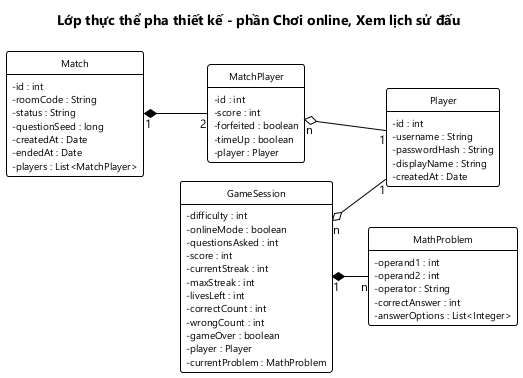
This is docs/hung/lop-thuc-the-hung.png from HungNguyenBa1811/math-dash, a PlantUML export, as it was before one commit.
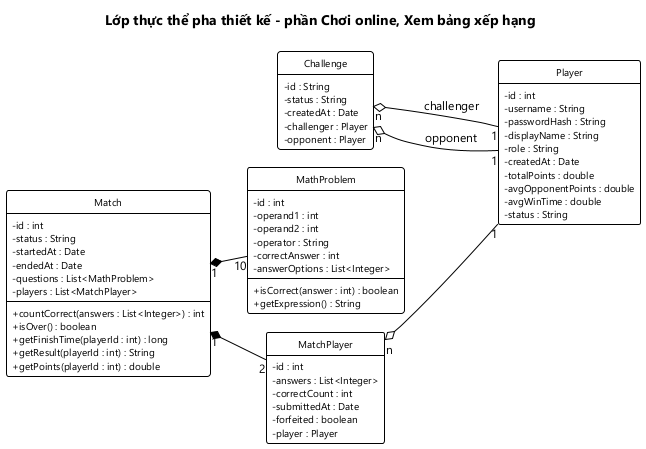
The same diagram one commit later.

What changed in the source:
```diff
@@ -17,55 +17,62 @@
   BorderThickness 1
 }
 left to right direction
-title Lớp thực thể pha thiết kế - phần Chơi online, Xem lịch sử đấu
+title Lớp thực thể pha thiết kế - phần Chơi online, Xem bảng xếp hạng
 
 class Player {
   - id : int
   - username : String
   - passwordHash : String
   - displayName : String
+  - role : String
   - createdAt : Date
+  - totalPoints : double
+  - avgOpponentPoints : double
+  - avgWinTime : double
+  - status : String
 }
 class MathProblem {
+  - id : int
   - operand1 : int
   - operand2 : int
   - operator : String
   - correctAnswer : int
   - answerOptions : List<Integer>
+  + isCorrect(answer : int) : boolean
+  + getExpression() : String
 }
-class GameSession {
-  - difficulty : int
-  - onlineMode : boolean
-  - questionsAsked : int
-  - score : int
-  - currentStreak : int
-  - maxStreak : int
-  - livesLeft : int
-  - correctCount : int
-  - wrongCount : int
-  - gameOver : boolean
-  - player : Player
-  - currentProblem : MathProblem
+class Challenge {
+  - id : String
+  - status : String
+  - createdAt : Date
+  - challenger : Player
+  - opponent : Player
 }
 class Match {
   - id : int
-  - roomCode : String
   - status : String
-  - questionSeed : long
-  - createdAt : Date
+  - startedAt : Date
   - endedAt : Date
+  - questions : List<MathProblem>
   - players : List<MatchPlayer>
+  + countCorrect(answers : List<Integer>) : int
+  + isOver() : boolean
+  + getFinishTime(playerId : int) : long
+  + getResult(playerId : int) : String
+  + getPoints(playerId : int) : double
 }
 class MatchPlayer {
   - id : int
-  - score : int
+  - answers : List<Integer>
+  - correctCount : int
+  - submittedAt : Date
   - forfeited : boolean
-  - timeUp : boolean
   - player : Player
 }
 
-GameSession "n" o-- "1" Player
-GameSession "1" *-- "n" MathProblem
+Challenge "n" o-- "1" Player : challenger
+Challenge "n" o-- "1" Player : opponent
 Match "1" *-- "2" MatchPlayer
 MatchPlayer "n" o-- "1" Player
+Match "1" *-- "10" MathProblem
 @enduml
```
